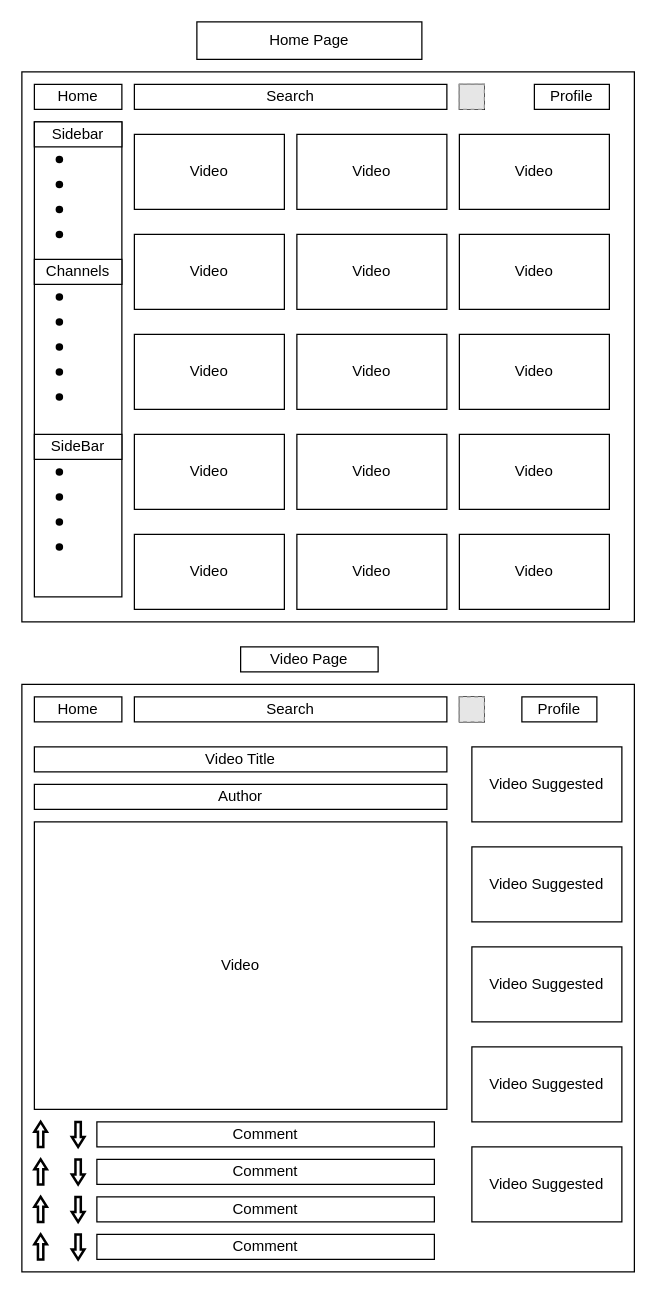
Earlier version of the draw.io diagram YoutubeClone.drawio (Wyatt726/youtubeCloneProject). Source tidied: cells renumbered, new cells numbered last; positions are measured from the earlier drawing's top-left corner, leaving out a move shared by most shapes. Both pictures are drawn from the tidied source at 125%, with x=0, y=0 at pixel (21, 21). Pictures stored in the file or linked from it are replaced by grey dashed boxes.
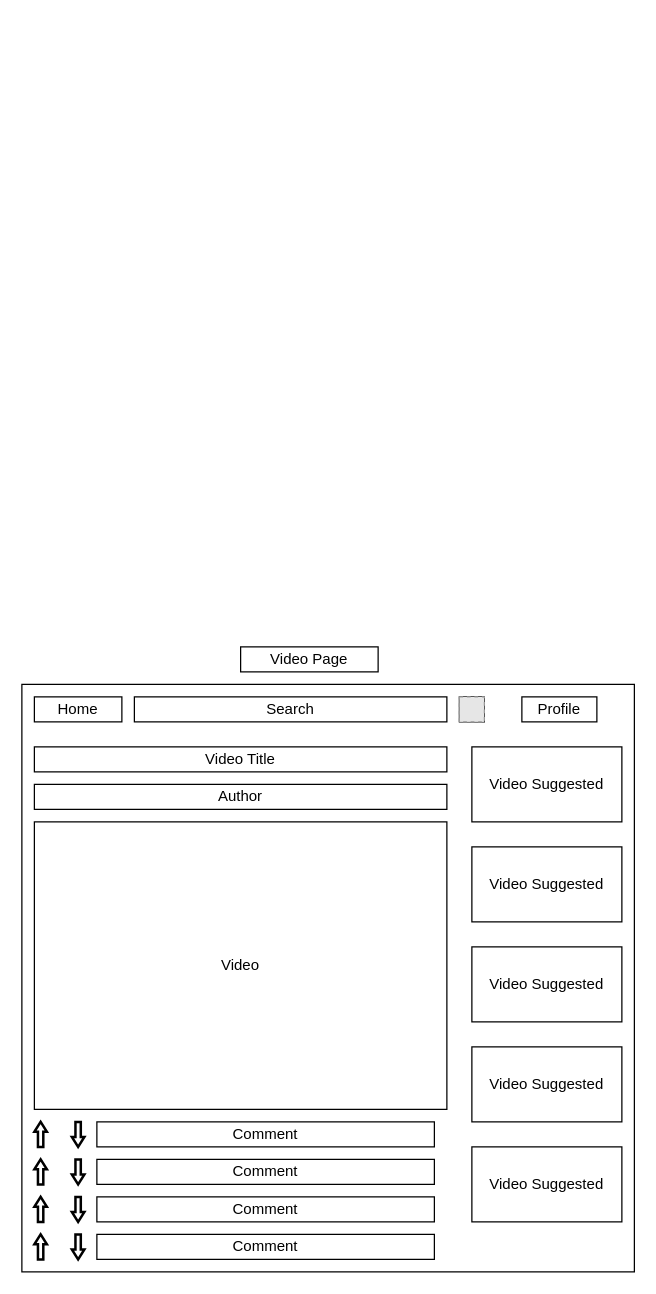
The same page after the edit.

Commit message:
Made changes to draw.io diagram

Change to the diagram source:
```diff
@@
-    <mxCell id="2" style="rounded=0;whiteSpace=wrap;html=1;" parent="1" vertex="1">
-      <mxGeometry y="40" width="490" height="440" as="geometry" />
-    </mxCell>
-    <mxCell id="3" value="Home" style="rounded=0;whiteSpace=wrap;html=1;" parent="1" vertex="1">
-      <mxGeometry x="10" y="50" width="70" height="20" as="geometry" />
-    </mxCell>
-    <mxCell id="4" value="Search" style="rounded=0;whiteSpace=wrap;html=1;" parent="1" vertex="1">
-      <mxGeometry x="90" y="50" width="250" height="20" as="geometry" />
-    </mxCell>
-    <mxCell id="5" style="rounded=0;whiteSpace=wrap;html=1;" parent="1" vertex="1">
-      <mxGeometry x="350" y="50" width="20" height="20" as="geometry" />
-    </mxCell>
-    <mxCell id="6" style="fillColor=#E6E6E6;strokeColor=#999999;dashed=1;html=1;verticalAlign=top;verticalLabelPosition=bottom;labelBackgroundColor=#ffffff;" parent="1" vertex="1">
-      <mxGeometry x="350" y="50" width="20" height="20" as="geometry" />
-    </mxCell>
-    <mxCell id="7" value="Profile" style="rounded=0;whiteSpace=wrap;html=1;" parent="1" vertex="1">
-      <mxGeometry x="410" y="50" width="60" height="20" as="geometry" />
-    </mxCell>
-    <mxCell id="8" style="rounded=0;whiteSpace=wrap;html=1;" parent="1" vertex="1">
-      <mxGeometry x="10" y="80" width="70" height="380" as="geometry" />
-    </mxCell>
-    <mxCell id="9" value="Channels" style="rounded=0;whiteSpace=wrap;html=1;" parent="1" vertex="1">
-      <mxGeometry x="10" y="190" width="70" height="20" as="geometry" />
-    </mxCell>
-    <mxCell id="10" style="shape=waypoint;sketch=0;fillStyle=solid;size=6;fillColor=none;perimeter=centerPerimeter;" parent="1" vertex="1">
-      <mxGeometry x="10" y="200" width="40" height="40" as="geometry" />
-    </mxCell>
-    <mxCell id="11" style="shape=waypoint;sketch=0;fillStyle=solid;size=6;fillColor=none;perimeter=centerPerimeter;" parent="1" vertex="1">
-      <mxGeometry x="10" y="220" width="40" height="40" as="geometry" />
-    </mxCell>
-    <mxCell id="12" style="shape=waypoint;sketch=0;fillStyle=solid;size=6;fillColor=none;perimeter=centerPerimeter;" parent="1" vertex="1">
-      <mxGeometry x="10" y="260" width="40" height="40" as="geometry" />
-    </mxCell>
-    <mxCell id="13" style="shape=waypoint;sketch=0;fillStyle=solid;size=6;fillColor=none;perimeter=centerPerimeter;" parent="1" vertex="1">
-      <mxGeometry x="10" y="280" width="40" height="40" as="geometry" />
-    </mxCell>
-    <mxCell id="14" style="shape=waypoint;sketch=0;fillStyle=solid;size=6;fillColor=none;perimeter=centerPerimeter;" parent="1" vertex="1">
-      <mxGeometry x="10" y="240" width="40" height="40" as="geometry" />
-    </mxCell>
-    <mxCell id="15" value="Home Page" style="rounded=0;whiteSpace=wrap;html=1;" parent="1" vertex="1">
-      <mxGeometry x="140" width="180" height="30" as="geometry" />
-    </mxCell>
-    <mxCell id="16" value="Video" style="rounded=0;whiteSpace=wrap;html=1;" parent="1" vertex="1">
-      <mxGeometry x="90" y="90" width="120" height="60" as="geometry" />
-    </mxCell>
-    <mxCell id="17" value="Video" style="rounded=0;whiteSpace=wrap;html=1;" parent="1" vertex="1">
-      <mxGeometry x="220" y="90" width="120" height="60" as="geometry" />
-    </mxCell>
-    <mxCell id="18" value="Video" style="rounded=0;whiteSpace=wrap;html=1;" parent="1" vertex="1">
-      <mxGeometry x="350" y="90" width="120" height="60" as="geometry" />
-    </mxCell>
-    <mxCell id="19" value="Video" style="rounded=0;whiteSpace=wrap;html=1;" parent="1" vertex="1">
-      <mxGeometry x="90" y="170" width="120" height="60" as="geometry" />
-    </mxCell>
-    <mxCell id="20" value="Video" style="rounded=0;whiteSpace=wrap;html=1;" parent="1" vertex="1">
-      <mxGeometry x="220" y="170" width="120" height="60" as="geometry" />
-    </mxCell>
-    <mxCell id="21" value="Video" style="rounded=0;whiteSpace=wrap;html=1;" parent="1" vertex="1">
-      <mxGeometry x="350" y="170" width="120" height="60" as="geometry" />
-    </mxCell>
-    <mxCell id="22" value="Video" style="rounded=0;whiteSpace=wrap;html=1;" parent="1" vertex="1">
-      <mxGeometry x="90" y="250" width="120" height="60" as="geometry" />
-    </mxCell>
-    <mxCell id="23" value="Video" style="rounded=0;whiteSpace=wrap;html=1;" parent="1" vertex="1">
-      <mxGeometry x="220" y="250" width="120" height="60" as="geometry" />
-    </mxCell>
-    <mxCell id="24" value="Video" style="rounded=0;whiteSpace=wrap;html=1;" parent="1" vertex="1">
-      <mxGeometry x="350" y="250" width="120" height="60" as="geometry" />
-    </mxCell>
-    <mxCell id="25" value="Video" style="rounded=0;whiteSpace=wrap;html=1;" parent="1" vertex="1">
-      <mxGeometry x="90" y="330" width="120" height="60" as="geometry" />
-    </mxCell>
-    <mxCell id="26" value="Video" style="rounded=0;whiteSpace=wrap;html=1;" parent="1" vertex="1">
-      <mxGeometry x="220" y="330" width="120" height="60" as="geometry" />
-    </mxCell>
-    <mxCell id="27" value="Video" style="rounded=0;whiteSpace=wrap;html=1;" parent="1" vertex="1">
-      <mxGeometry x="350" y="330" width="120" height="60" as="geometry" />
-    </mxCell>
-    <mxCell id="28" value="Video" style="rounded=0;whiteSpace=wrap;html=1;" parent="1" vertex="1">
-      <mxGeometry x="90" y="410" width="120" height="60" as="geometry" />
-    </mxCell>
-    <mxCell id="29" value="Video" style="rounded=0;whiteSpace=wrap;html=1;" parent="1" vertex="1">
-      <mxGeometry x="220" y="410" width="120" height="60" as="geometry" />
-    </mxCell>
-    <mxCell id="30" value="Video" style="rounded=0;whiteSpace=wrap;html=1;" parent="1" vertex="1">
-      <mxGeometry x="350" y="410" width="120" height="60" as="geometry" />
-    </mxCell>
-    <mxCell id="31" value="SideBar" style="rounded=0;whiteSpace=wrap;html=1;" parent="1" vertex="1">
-      <mxGeometry x="10" y="330" width="70" height="20" as="geometry" />
-    </mxCell>
-    <mxCell id="32" style="shape=waypoint;sketch=0;fillStyle=solid;size=6;fillColor=none;perimeter=centerPerimeter;" parent="1" vertex="1">
-      <mxGeometry x="10" y="340" width="40" height="40" as="geometry" />
-    </mxCell>
-    <mxCell id="33" style="shape=waypoint;sketch=0;fillStyle=solid;size=6;fillColor=none;perimeter=centerPerimeter;" parent="1" vertex="1">
-      <mxGeometry x="10" y="360" width="40" height="40" as="geometry" />
-    </mxCell>
-    <mxCell id="34" style="shape=waypoint;sketch=0;fillStyle=solid;size=6;fillColor=none;perimeter=centerPerimeter;" parent="1" vertex="1">
-      <mxGeometry x="10" y="380" width="40" height="40" as="geometry" />
-    </mxCell>
-    <mxCell id="35" style="shape=waypoint;sketch=0;fillStyle=solid;size=6;fillColor=none;perimeter=centerPerimeter;" parent="1" vertex="1">
-      <mxGeometry x="10" y="400" width="40" height="40" as="geometry" />
-    </mxCell>
-    <mxCell id="36" value="Sidebar" style="rounded=0;whiteSpace=wrap;html=1;" parent="1" vertex="1">
-      <mxGeometry x="10" y="80" width="70" height="20" as="geometry" />
-    </mxCell>
-    <mxCell id="37" style="shape=waypoint;sketch=0;fillStyle=solid;size=6;fillColor=none;perimeter=centerPerimeter;" parent="1" vertex="1">
-      <mxGeometry x="10" y="90" width="40" height="40" as="geometry" />
-    </mxCell>
-    <mxCell id="38" style="shape=waypoint;sketch=0;fillStyle=solid;size=6;fillColor=none;perimeter=centerPerimeter;" parent="1" vertex="1">
-      <mxGeometry x="10" y="110" width="40" height="40" as="geometry" />
-    </mxCell>
-    <mxCell id="39" style="shape=waypoint;sketch=0;fillStyle=solid;size=6;fillColor=none;perimeter=centerPerimeter;" parent="1" vertex="1">
-      <mxGeometry x="10" y="130" width="40" height="40" as="geometry" />
-    </mxCell>
-    <mxCell id="40" style="shape=waypoint;sketch=0;fillStyle=solid;size=6;fillColor=none;perimeter=centerPerimeter;" parent="1" vertex="1">
-      <mxGeometry x="10" y="150" width="40" height="40" as="geometry" />
-    </mxCell>
```
